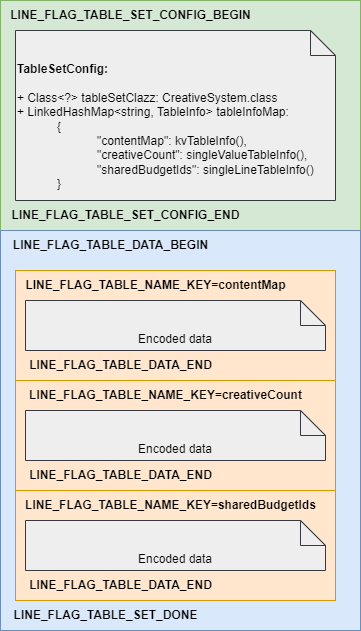
Earlier version of the draw.io export UMLs/system_serializing_sample.png (YitingLiu1205/MyNotes). Source tidied: cells renumbered, new cells last; positions are measured from the earlier drawing's top-left corner, leaving out a move shared by most shapes. Its diagram source:
```xml
<mxGraphModel>
  <root>
    <mxCell id="0" />
    <mxCell id="1" parent="0" />
    <mxCell id="2" style="fontStyle=0;fillColor=#d5e8d4;strokeColor=#82b366;" parent="1" vertex="1">
      <mxGeometry width="360" height="230" as="geometry" />
    </mxCell>
    <mxCell id="3" value="&lt;b&gt;LINE_FLAG_TABLE_SET_CONFIG_BEGIN&lt;/b&gt;" style="text;html=1;align=center;verticalAlign=middle;strokeColor=none;fillColor=none;" parent="1" vertex="1">
      <mxGeometry width="260" height="30" as="geometry" />
    </mxCell>
    <mxCell id="4" value="&lt;b&gt;TableSetConfig:&lt;/b&gt;&lt;br&gt;&lt;br&gt;+ Class&amp;lt;?&amp;gt; tableSetClazz: CreativeSystem.class&lt;br&gt;+ LinkedHashMap&amp;lt;string, TableInfo&amp;gt; tableInfoMap: &lt;br&gt;&lt;blockquote style=&quot;margin: 0 0 0 40px; border: none; padding: 0px;&quot;&gt;{&lt;/blockquote&gt;&lt;blockquote style=&quot;margin: 0 0 0 40px; border: none; padding: 0px;&quot;&gt;&lt;blockquote style=&quot;margin: 0 0 0 40px; border: none; padding: 0px;&quot;&gt;&quot;&lt;span style=&quot;&quot;&gt;contentMap&quot;: kvTableInfo()&lt;/span&gt;&lt;span style=&quot;&quot;&gt;,&lt;br&gt;&lt;/span&gt;&lt;/blockquote&gt;&lt;blockquote style=&quot;margin: 0 0 0 40px; border: none; padding: 0px;&quot;&gt;&lt;span style=&quot;&quot;&gt;&quot;creativeCount&quot;&lt;/span&gt;&lt;span style=&quot;&quot;&gt;: singleValueTableInfo(),&lt;br&gt;&lt;/span&gt;&lt;/blockquote&gt;&lt;blockquote style=&quot;margin: 0 0 0 40px; border: none; padding: 0px;&quot;&gt;&lt;span style=&quot;&quot;&gt;&quot;sharedBudgetIds&quot;: singleLineTableInfo()&lt;/span&gt;&lt;/blockquote&gt;&lt;/blockquote&gt;&lt;blockquote style=&quot;margin: 0 0 0 40px; border: none; padding: 0px;&quot;&gt;}&lt;/blockquote&gt;&amp;nbsp;" style="shape=note2;boundedLbl=1;whiteSpace=wrap;html=1;size=25;verticalAlign=top;align=left;fillColor=#eeeeee;strokeColor=#36393d;" parent="1" vertex="1">
      <mxGeometry x="15" y="30" width="320" height="170" as="geometry" />
    </mxCell>
    <mxCell id="5" value="&lt;b&gt;LINE_FLAG_TABLE_SET_CONFIG_END&lt;/b&gt;" style="text;html=1;align=center;verticalAlign=middle;strokeColor=none;fillColor=none;" parent="1" vertex="1">
      <mxGeometry y="200" width="250" height="30" as="geometry" />
    </mxCell>
    <mxCell id="6" style="fontStyle=0;fillColor=#dae8fc;strokeColor=#6c8ebf;" parent="1" vertex="1">
      <mxGeometry y="230" width="360" height="400" as="geometry" />
    </mxCell>
    <mxCell id="7" value="&lt;b&gt;LINE_FLAG_TABLE_DATA_BEGIN&lt;/b&gt;" style="text;html=1;align=center;verticalAlign=middle;strokeColor=none;fillColor=none;" parent="1" vertex="1">
      <mxGeometry y="230" width="220" height="30" as="geometry" />
    </mxCell>
    <mxCell id="8" style="fontStyle=0;fillColor=#ffe6cc;strokeColor=#d79b00;" parent="1" vertex="1">
      <mxGeometry x="15" y="380" width="320" height="110" as="geometry" />
    </mxCell>
    <mxCell id="9" value="&lt;b&gt;LINE_FLAG_TABLE_NAME_KEY=&lt;/b&gt;&lt;span style=&quot;text-align: left;&quot;&gt;&lt;b&gt;creativeCount&lt;/b&gt;&lt;/span&gt;" style="text;html=1;align=center;verticalAlign=middle;strokeColor=none;fillColor=none;" parent="1" vertex="1">
      <mxGeometry x="15" y="380" width="300" height="30" as="geometry" />
    </mxCell>
    <mxCell id="10" value="Encoded data" style="shape=note2;boundedLbl=1;whiteSpace=wrap;html=1;size=25;verticalAlign=top;align=center;fillColor=#eeeeee;strokeColor=#36393d;" parent="1" vertex="1">
      <mxGeometry x="25" y="410" width="300" height="50" as="geometry" />
    </mxCell>
    <mxCell id="11" value="&lt;b&gt;LINE_FLAG_TABLE_DATA_END&lt;/b&gt;" style="text;html=1;align=center;verticalAlign=middle;strokeColor=none;fillColor=none;" parent="1" vertex="1">
      <mxGeometry x="15" y="460" width="210" height="30" as="geometry" />
    </mxCell>
    <mxCell id="12" style="fontStyle=0;fillColor=#ffe6cc;strokeColor=#d79b00;" parent="1" vertex="1">
      <mxGeometry x="15" y="490" width="320" height="110" as="geometry" />
    </mxCell>
    <mxCell id="13" value="&lt;b&gt;LINE_FLAG_TABLE_NAME_KEY=&lt;/b&gt;&lt;span style=&quot;text-align: left;&quot;&gt;&lt;b&gt;sharedBudgetIds&lt;/b&gt;&lt;/span&gt;" style="text;html=1;align=center;verticalAlign=middle;strokeColor=none;fillColor=none;" parent="1" vertex="1">
      <mxGeometry x="15" y="490" width="310" height="30" as="geometry" />
    </mxCell>
    <mxCell id="14" value="Encoded data" style="shape=note2;boundedLbl=1;whiteSpace=wrap;html=1;size=25;verticalAlign=top;align=center;fillColor=#eeeeee;strokeColor=#36393d;" parent="1" vertex="1">
      <mxGeometry x="25" y="520" width="300" height="50" as="geometry" />
    </mxCell>
    <mxCell id="15" value="&lt;b&gt;LINE_FLAG_TABLE_DATA_END&lt;/b&gt;" style="text;html=1;align=center;verticalAlign=middle;strokeColor=none;fillColor=none;" parent="1" vertex="1">
      <mxGeometry x="15" y="570" width="210" height="30" as="geometry" />
    </mxCell>
    <mxCell id="16" style="fontStyle=0;fillColor=#ffe6cc;strokeColor=#d79b00;" parent="1" vertex="1">
      <mxGeometry x="15" y="270" width="320" height="110" as="geometry" />
    </mxCell>
    <mxCell id="17" value="Encoded data" style="shape=note2;boundedLbl=1;whiteSpace=wrap;html=1;size=25;verticalAlign=top;align=center;fillColor=#eeeeee;strokeColor=#36393d;" parent="1" vertex="1">
      <mxGeometry x="25" y="300" width="300" height="50" as="geometry" />
    </mxCell>
    <mxCell id="18" value="&lt;b&gt;LINE_FLAG_TABLE_NAME_KEY=contentMap&lt;/b&gt;" style="text;html=1;align=center;verticalAlign=middle;strokeColor=none;fillColor=none;" parent="1" vertex="1">
      <mxGeometry x="15" y="270" width="280" height="30" as="geometry" />
    </mxCell>
    <mxCell id="19" value="&lt;b&gt;LINE_FLAG_TABLE_DATA_END&lt;/b&gt;" style="text;html=1;align=center;verticalAlign=middle;strokeColor=none;fillColor=none;" parent="1" vertex="1">
      <mxGeometry x="15" y="350" width="210" height="30" as="geometry" />
    </mxCell>
    <mxCell id="20" value="&lt;b&gt;LINE_FLAG_TABLE_SET_DONE&lt;/b&gt;" style="text;html=1;align=center;verticalAlign=middle;strokeColor=none;fillColor=none;" parent="1" vertex="1">
      <mxGeometry y="600" width="210" height="30" as="geometry" />
    </mxCell>
  </root>
</mxGraphModel>
```
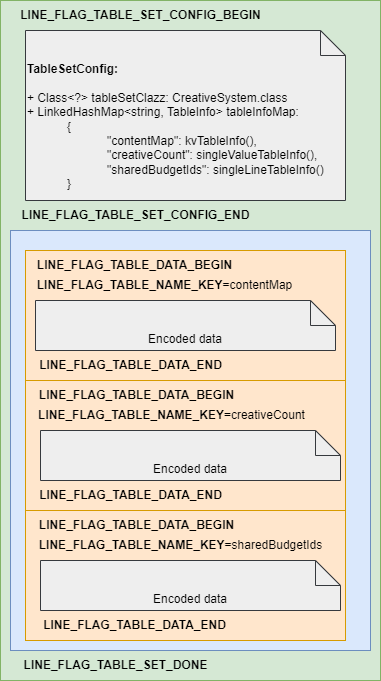
The same file after the commit.

Change to the diagram source:
```diff
@@ -3,7 +3,7 @@
     <mxCell id="0" />
     <mxCell id="1" parent="0" />
     <mxCell id="2" style="fontStyle=0;fillColor=#d5e8d4;strokeColor=#82b366;" parent="1" vertex="1">
-      <mxGeometry width="360" height="230" as="geometry" />
+      <mxGeometry x="-10" width="380" height="680" as="geometry" />
     </mxCell>
     <mxCell id="3" value="&lt;b&gt;LINE_FLAG_TABLE_SET_CONFIG_BEGIN&lt;/b&gt;" style="text;html=1;align=center;verticalAlign=middle;strokeColor=none;fillColor=none;" parent="1" vertex="1">
       <mxGeometry width="260" height="30" as="geometry" />
@@ -15,49 +15,55 @@
       <mxGeometry y="200" width="250" height="30" as="geometry" />
     </mxCell>
     <mxCell id="6" style="fontStyle=0;fillColor=#dae8fc;strokeColor=#6c8ebf;" parent="1" vertex="1">
-      <mxGeometry y="230" width="360" height="400" as="geometry" />
+      <mxGeometry y="230" width="360" height="420" as="geometry" />
     </mxCell>
-    <mxCell id="7" value="&lt;b&gt;LINE_FLAG_TABLE_DATA_BEGIN&lt;/b&gt;" style="text;html=1;align=center;verticalAlign=middle;strokeColor=none;fillColor=none;" parent="1" vertex="1">
-      <mxGeometry y="230" width="220" height="30" as="geometry" />
-    </mxCell>
     <mxCell id="8" style="fontStyle=0;fillColor=#ffe6cc;strokeColor=#d79b00;" parent="1" vertex="1">
-      <mxGeometry x="15" y="380" width="320" height="110" as="geometry" />
+      <mxGeometry x="15" y="380" width="320" height="130" as="geometry" />
     </mxCell>
-    <mxCell id="9" value="&lt;b&gt;LINE_FLAG_TABLE_NAME_KEY=&lt;/b&gt;&lt;span style=&quot;text-align: left;&quot;&gt;&lt;b&gt;creativeCount&lt;/b&gt;&lt;/span&gt;" style="text;html=1;align=center;verticalAlign=middle;strokeColor=none;fillColor=none;" parent="1" vertex="1">
-      <mxGeometry x="15" y="380" width="300" height="30" as="geometry" />
+    <mxCell id="9" value="&lt;b&gt;LINE_FLAG_TABLE_NAME_KEY=&lt;/b&gt;&lt;span style=&quot;text-align: left;&quot;&gt;creativeCount&lt;/span&gt;" style="text;html=1;align=center;verticalAlign=middle;strokeColor=none;fillColor=none;" parent="1" vertex="1">
+      <mxGeometry x="16" y="400" width="290" height="30" as="geometry" />
     </mxCell>
     <mxCell id="10" value="Encoded data" style="shape=note2;boundedLbl=1;whiteSpace=wrap;html=1;size=25;verticalAlign=top;align=center;fillColor=#eeeeee;strokeColor=#36393d;" parent="1" vertex="1">
-      <mxGeometry x="25" y="410" width="300" height="50" as="geometry" />
+      <mxGeometry x="30" y="430" width="300" height="50" as="geometry" />
     </mxCell>
     <mxCell id="11" value="&lt;b&gt;LINE_FLAG_TABLE_DATA_END&lt;/b&gt;" style="text;html=1;align=center;verticalAlign=middle;strokeColor=none;fillColor=none;" parent="1" vertex="1">
-      <mxGeometry x="15" y="460" width="210" height="30" as="geometry" />
+      <mxGeometry x="15" y="480" width="210" height="30" as="geometry" />
     </mxCell>
     <mxCell id="12" style="fontStyle=0;fillColor=#ffe6cc;strokeColor=#d79b00;" parent="1" vertex="1">
-      <mxGeometry x="15" y="490" width="320" height="110" as="geometry" />
+      <mxGeometry x="15" y="510" width="320" height="130" as="geometry" />
     </mxCell>
-    <mxCell id="13" value="&lt;b&gt;LINE_FLAG_TABLE_NAME_KEY=&lt;/b&gt;&lt;span style=&quot;text-align: left;&quot;&gt;&lt;b&gt;sharedBudgetIds&lt;/b&gt;&lt;/span&gt;" style="text;html=1;align=center;verticalAlign=middle;strokeColor=none;fillColor=none;" parent="1" vertex="1">
-      <mxGeometry x="15" y="490" width="310" height="30" as="geometry" />
+    <mxCell id="13" value="&lt;b&gt;LINE_FLAG_TABLE_NAME_KEY=&lt;/b&gt;&lt;span style=&quot;text-align: left;&quot;&gt;sharedBudgetIds&lt;/span&gt;" style="text;html=1;align=center;verticalAlign=middle;strokeColor=none;fillColor=none;" parent="1" vertex="1">
+      <mxGeometry x="15" y="530" width="310" height="30" as="geometry" />
     </mxCell>
     <mxCell id="14" value="Encoded data" style="shape=note2;boundedLbl=1;whiteSpace=wrap;html=1;size=25;verticalAlign=top;align=center;fillColor=#eeeeee;strokeColor=#36393d;" parent="1" vertex="1">
-      <mxGeometry x="25" y="520" width="300" height="50" as="geometry" />
+      <mxGeometry x="30" y="560" width="300" height="50" as="geometry" />
     </mxCell>
     <mxCell id="15" value="&lt;b&gt;LINE_FLAG_TABLE_DATA_END&lt;/b&gt;" style="text;html=1;align=center;verticalAlign=middle;strokeColor=none;fillColor=none;" parent="1" vertex="1">
-      <mxGeometry x="15" y="570" width="210" height="30" as="geometry" />
+      <mxGeometry x="19" y="610" width="210" height="30" as="geometry" />
     </mxCell>
     <mxCell id="16" style="fontStyle=0;fillColor=#ffe6cc;strokeColor=#d79b00;" parent="1" vertex="1">
-      <mxGeometry x="15" y="270" width="320" height="110" as="geometry" />
+      <mxGeometry x="15" y="250" width="320" height="130" as="geometry" />
     </mxCell>
     <mxCell id="17" value="Encoded data" style="shape=note2;boundedLbl=1;whiteSpace=wrap;html=1;size=25;verticalAlign=top;align=center;fillColor=#eeeeee;strokeColor=#36393d;" parent="1" vertex="1">
       <mxGeometry x="25" y="300" width="300" height="50" as="geometry" />
     </mxCell>
-    <mxCell id="18" value="&lt;b&gt;LINE_FLAG_TABLE_NAME_KEY=contentMap&lt;/b&gt;" style="text;html=1;align=center;verticalAlign=middle;strokeColor=none;fillColor=none;" parent="1" vertex="1">
-      <mxGeometry x="15" y="270" width="280" height="30" as="geometry" />
+    <mxCell id="18" value="&lt;b&gt;LINE_FLAG_TABLE_NAME_KEY=&lt;/b&gt;contentMap" style="text;html=1;align=center;verticalAlign=middle;strokeColor=none;fillColor=none;" parent="1" vertex="1">
+      <mxGeometry x="14" y="270" width="280" height="30" as="geometry" />
     </mxCell>
     <mxCell id="19" value="&lt;b&gt;LINE_FLAG_TABLE_DATA_END&lt;/b&gt;" style="text;html=1;align=center;verticalAlign=middle;strokeColor=none;fillColor=none;" parent="1" vertex="1">
       <mxGeometry x="15" y="350" width="210" height="30" as="geometry" />
     </mxCell>
     <mxCell id="20" value="&lt;b&gt;LINE_FLAG_TABLE_SET_DONE&lt;/b&gt;" style="text;html=1;align=center;verticalAlign=middle;strokeColor=none;fillColor=none;" parent="1" vertex="1">
-      <mxGeometry y="600" width="210" height="30" as="geometry" />
+      <mxGeometry y="650" width="210" height="30" as="geometry" />
     </mxCell>
+    <mxCell id="21" value="&lt;b&gt;LINE_FLAG_TABLE_DATA_BEGIN&lt;/b&gt;" style="text;html=1;align=center;verticalAlign=middle;strokeColor=none;fillColor=none;" parent="1" vertex="1">
+      <mxGeometry x="14" y="250" width="220" height="30" as="geometry" />
+    </mxCell>
+    <mxCell id="22" value="&lt;b&gt;LINE_FLAG_TABLE_DATA_BEGIN&lt;/b&gt;" style="text;html=1;align=center;verticalAlign=middle;strokeColor=none;fillColor=none;" parent="1" vertex="1">
+      <mxGeometry x="16" y="380" width="220" height="30" as="geometry" />
+    </mxCell>
+    <mxCell id="23" value="&lt;b&gt;LINE_FLAG_TABLE_DATA_BEGIN&lt;/b&gt;" style="text;html=1;align=center;verticalAlign=middle;strokeColor=none;fillColor=none;" parent="1" vertex="1">
+      <mxGeometry x="16" y="510" width="220" height="30" as="geometry" />
+    </mxCell>
   </root>
 </mxGraphModel>
```
